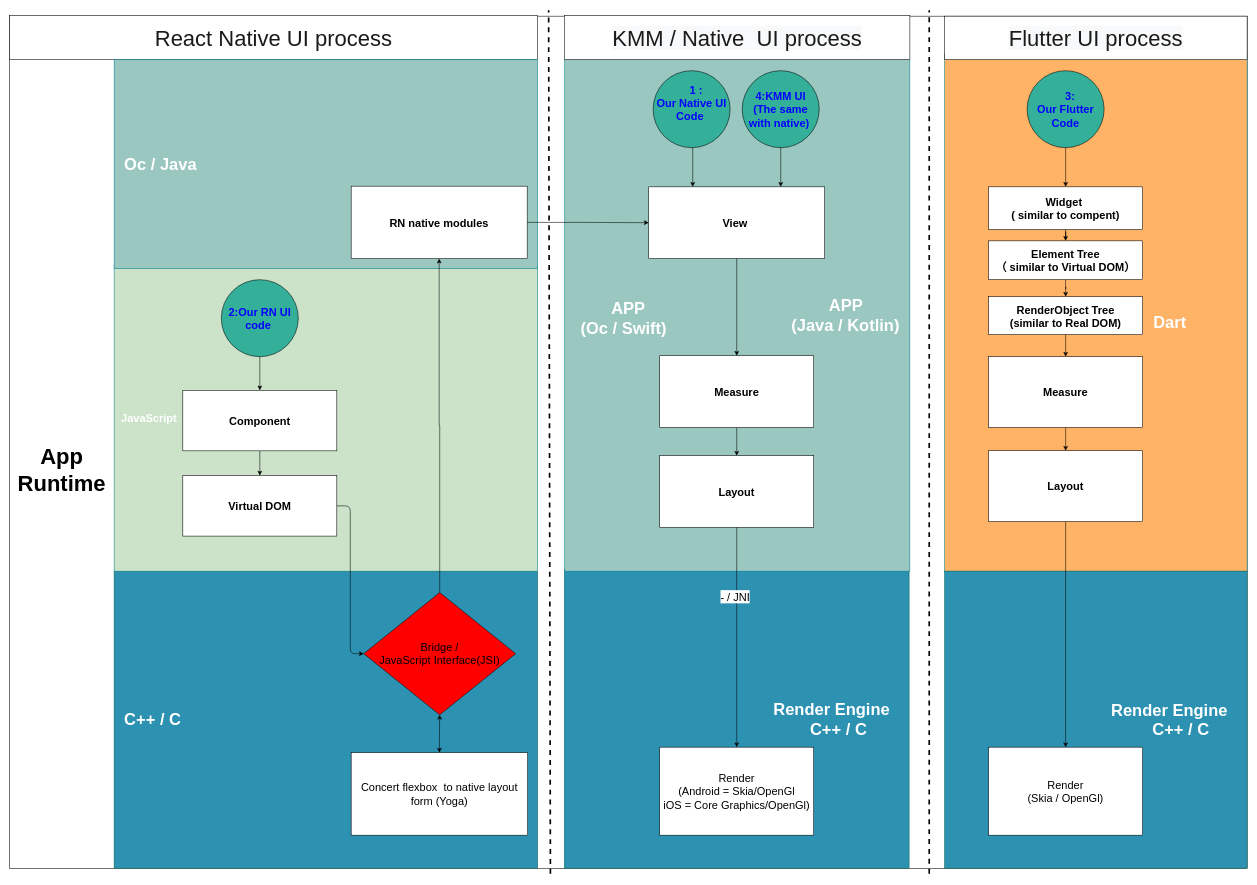
Above: Simple UI progress.drawio in peytonwupeixin/Draw-IO-Store (draw.io), before the change. Source tidied: cells renumbered, new cells numbered last; positions are measured from the earlier drawing's top-left corner, leaving out a move shared by most shapes. Both pictures are drawn from the tidied source at 55%, with x=0, y=0 at pixel (9, 10).
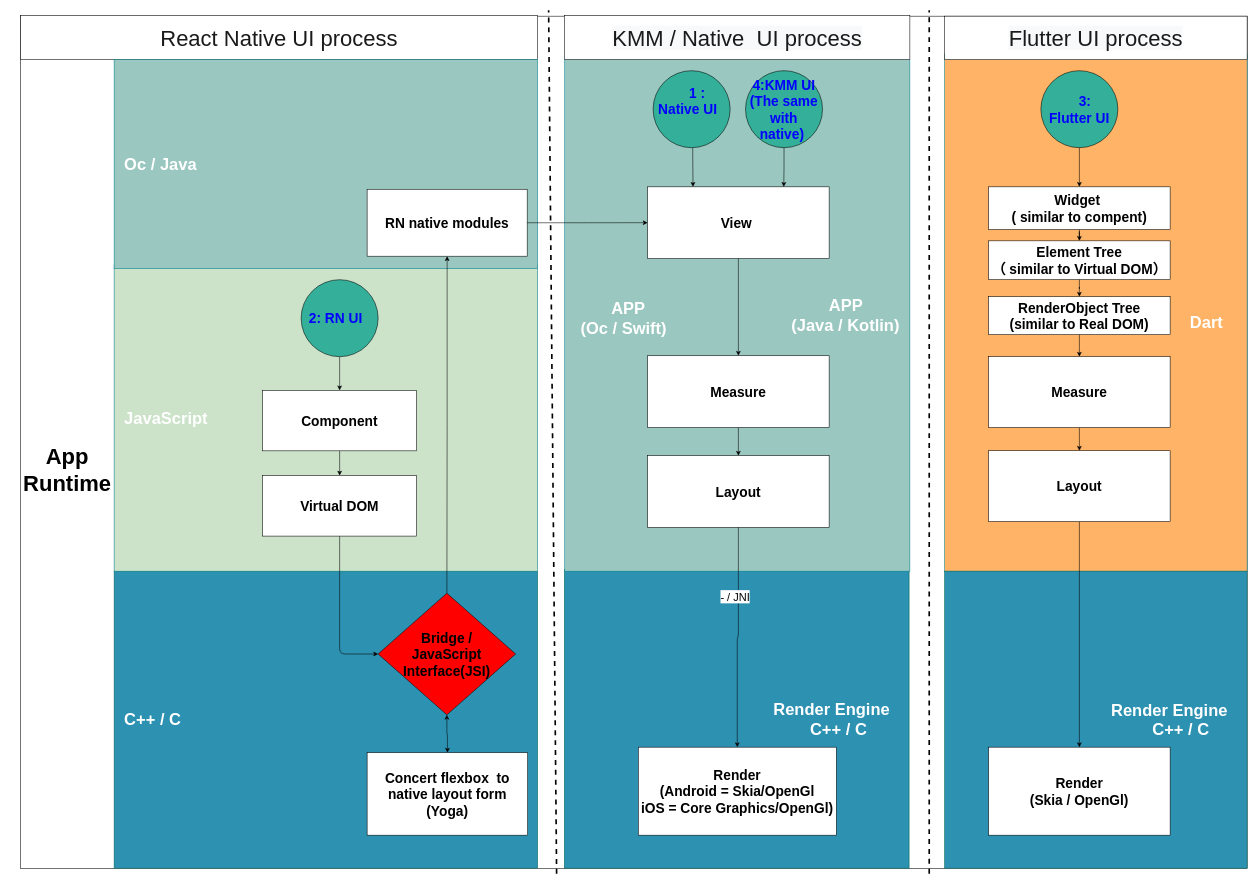
The same page after the edit.

Change to the diagram source:
```diff
@@
     <mxCell id="2" style="whiteSpace=wrap;html=1;fontSize=20;" parent="1" vertex="1">
-      <mxGeometry y="10.9" width="2250" height="1550" as="geometry" />
+      <mxGeometry x="20" y="10.9" width="2230" height="1550" as="geometry" />
     </mxCell>
     <mxCell id="3" value="App&lt;br&gt;Runtime" style="text;html=1;strokeColor=none;fillColor=none;align=center;verticalAlign=middle;whiteSpace=wrap;rounded=0;fontSize=40;fontStyle=1;" parent="1" vertex="1">
-      <mxGeometry x="20" y="739.8" width="150" height="190" as="geometry" />
+      <mxGeometry x="30" y="739.8" width="150" height="190" as="geometry" />
     </mxCell>
-    <mxCell id="4" value="&lt;font color=&quot;#ffffff&quot; style=&quot;font-size: 30px;&quot;&gt;&lt;b style=&quot;font-size: 30px;&quot;&gt;&amp;nbsp; &amp;nbsp; &amp;nbsp;&amp;nbsp;&lt;br style=&quot;font-size: 30px;&quot;&gt;&lt;div style=&quot;font-size: 30px;&quot;&gt;&lt;b style=&quot;font-size: 30px;&quot;&gt;&amp;nbsp; Dart&amp;nbsp; &amp;nbsp; &amp;nbsp; &amp;nbsp;&lt;/b&gt;&lt;b style=&quot;font-size: 30px;&quot;&gt;&amp;nbsp; &amp;nbsp; &amp;nbsp;&amp;nbsp;&lt;/b&gt;&lt;/div&gt;&lt;/b&gt;&lt;/font&gt;" style="whiteSpace=wrap;html=1;rounded=0;sketch=0;strokeColor=#028090;align=right;fillColor=#FFB366;fontSize=30;" parent="1" vertex="1">
+    <mxCell id="4" value="&lt;font color=&quot;#ffffff&quot; style=&quot;font-size: 30px&quot;&gt;&lt;b style=&quot;font-size: 30px&quot;&gt;&amp;nbsp; &amp;nbsp; &amp;nbsp;&amp;nbsp;&lt;br style=&quot;font-size: 30px&quot;&gt;&lt;div style=&quot;font-size: 30px&quot;&gt;&lt;b style=&quot;font-size: 30px&quot;&gt;&amp;nbsp; Dart&amp;nbsp;&lt;/b&gt;&lt;b style=&quot;font-size: 30px&quot;&gt;&amp;nbsp; &amp;nbsp;&amp;nbsp;&lt;/b&gt;&lt;/div&gt;&lt;/b&gt;&lt;/font&gt;" style="whiteSpace=wrap;html=1;rounded=0;sketch=0;strokeColor=#028090;align=right;fillColor=#FFB366;fontSize=30;" parent="1" vertex="1">
       <mxGeometry x="1700" y="80" width="550" height="940" as="geometry" />
     </mxCell>
@@
-    <mxCell id="7" value="&lt;font color=&quot;#0000ff&quot; style=&quot;font-size: 20px;&quot;&gt;&amp;nbsp; &amp;nbsp;3&lt;span style=&quot;font-size: 20px;&quot;&gt;:&lt;br style=&quot;font-size: 20px;&quot;&gt;Our&amp;nbsp;&lt;/span&gt;Flutter Code&lt;br style=&quot;font-size: 20px;&quot;&gt;&lt;/font&gt;" style="ellipse;whiteSpace=wrap;html=1;rounded=0;sketch=0;strokeColor=#000000;fontSize=20;fontColor=#000000;fontStyle=1;fillColor=#34B09A;" parent="1" vertex="1">
-      <mxGeometry x="1850" y="110" width="140" height="140" as="geometry" />
+    <mxCell id="7" value="&lt;font color=&quot;#0000ff&quot; style=&quot;font-size: 25px&quot;&gt;&amp;nbsp; &amp;nbsp;3&lt;span style=&quot;font-size: 25px&quot;&gt;:&lt;br style=&quot;font-size: 25px&quot;&gt;&lt;/span&gt;Flutter UI&lt;br style=&quot;font-size: 25px&quot;&gt;&lt;/font&gt;" style="ellipse;whiteSpace=wrap;html=1;rounded=0;sketch=0;strokeColor=#000000;fontSize=25;fontColor=#000000;fontStyle=1;fillColor=#34B09A;" parent="1" vertex="1">
+      <mxGeometry x="1875" y="110" width="140" height="140" as="geometry" />
     </mxCell>
-    <mxCell id="8" value="&lt;span style=&quot;font-size: 20px&quot;&gt;Widget&amp;nbsp;&lt;/span&gt;&lt;br style=&quot;font-size: 20px&quot;&gt;&lt;span style=&quot;font-size: 20px&quot;&gt;( similar to&lt;/span&gt;&lt;span style=&quot;font-size: 20px&quot;&gt;&amp;nbsp;compent)&lt;/span&gt;" style="whiteSpace=wrap;html=1;rounded=0;sketch=0;fontSize=20;fontColor=#000000;fillColor=#FFFFFF;fontStyle=1;" parent="1" vertex="1">
-      <mxGeometry x="1780" y="321.2" width="280" height="77.6" as="geometry" />
+    <mxCell id="8" value="&lt;span style=&quot;font-size: 25px;&quot;&gt;Widget&amp;nbsp;&lt;/span&gt;&lt;br style=&quot;font-size: 25px;&quot;&gt;&lt;span style=&quot;font-size: 25px;&quot;&gt;( similar to&lt;/span&gt;&lt;span style=&quot;font-size: 25px;&quot;&gt;&amp;nbsp;compent)&lt;/span&gt;" style="whiteSpace=wrap;html=1;rounded=0;sketch=0;fontSize=25;fontColor=#000000;fillColor=#FFFFFF;fontStyle=1;" parent="1" vertex="1">
+      <mxGeometry x="1780" y="321.2" width="330" height="77.6" as="geometry" />
     </mxCell>
@@
-    <mxCell id="10" value="Render&lt;br style=&quot;font-size: 20px;&quot;&gt;(Skia / OpenGl)" style="whiteSpace=wrap;html=1;rounded=0;sketch=0;fontSize=20;fontColor=#000000;fillColor=#FFFFFF;" parent="1" vertex="1">
-      <mxGeometry x="1780" y="1340" width="280" height="160" as="geometry" />
+    <mxCell id="10" value="Render&lt;br style=&quot;font-size: 25px;&quot;&gt;(Skia / OpenGl)" style="whiteSpace=wrap;html=1;rounded=0;sketch=0;fontSize=25;fontColor=#000000;fillColor=#FFFFFF;fontStyle=1;" parent="1" vertex="1">
+      <mxGeometry x="1780" y="1340" width="330" height="160" as="geometry" />
     </mxCell>
@@
-    <mxCell id="12" value="Element Tree&lt;br style=&quot;font-size: 20px;&quot;&gt;（ similar to Virtual DOM）" style="whiteSpace=wrap;html=1;rounded=0;sketch=0;fontSize=20;fontColor=#000000;fillColor=#FFFFFF;fontStyle=1;" parent="1" vertex="1">
-      <mxGeometry x="1780" y="419.4" width="280" height="70.6" as="geometry" />
+    <mxCell id="12" value="Element Tree&lt;br style=&quot;font-size: 25px;&quot;&gt;（ similar to Virtual DOM）" style="whiteSpace=wrap;html=1;rounded=0;sketch=0;fontSize=25;fontColor=#000000;fillColor=#FFFFFF;fontStyle=1;" parent="1" vertex="1">
+      <mxGeometry x="1780" y="419.4" width="330" height="70.6" as="geometry" />
     </mxCell>
-    <mxCell id="13" value="RenderObject Tree&lt;br style=&quot;font-size: 20px&quot;&gt;(similar to Real DOM)" style="whiteSpace=wrap;html=1;rounded=0;sketch=0;fontSize=20;fontColor=#000000;fillColor=#FFFFFF;fontStyle=1;" parent="1" vertex="1">
-      <mxGeometry x="1780" y="521" width="280" height="69" as="geometry" />
+    <mxCell id="13" value="RenderObject Tree&lt;br style=&quot;font-size: 25px;&quot;&gt;(similar to Real DOM)" style="whiteSpace=wrap;html=1;rounded=0;sketch=0;fontSize=25;fontColor=#000000;fillColor=#FFFFFF;fontStyle=1;" parent="1" vertex="1">
+      <mxGeometry x="1780" y="521" width="330" height="69" as="geometry" />
     </mxCell>
@@
-    <mxCell id="16" value="Layout" style="whiteSpace=wrap;html=1;rounded=0;sketch=0;fontSize=20;fontColor=#000000;fillColor=#FFFFFF;fontStyle=1;" parent="1" vertex="1">
-      <mxGeometry x="1780" y="801" width="280" height="128.7" as="geometry" />
+    <mxCell id="16" value="Layout" style="whiteSpace=wrap;html=1;rounded=0;sketch=0;fontSize=25;fontColor=#000000;fillColor=#FFFFFF;fontStyle=1;" parent="1" vertex="1">
+      <mxGeometry x="1780" y="801" width="330" height="128.8" as="geometry" />
     </mxCell>
@@
-    <mxCell id="18" value="Measure" style="whiteSpace=wrap;html=1;rounded=0;sketch=0;fontSize=20;fontColor=#000000;fillColor=#FFFFFF;fontStyle=1;" parent="1" vertex="1">
-      <mxGeometry x="1780" y="630" width="280" height="128.7" as="geometry" />
+    <mxCell id="18" value="Measure" style="whiteSpace=wrap;html=1;rounded=0;sketch=0;fontSize=25;fontColor=#000000;fillColor=#FFFFFF;fontStyle=1;" parent="1" vertex="1">
+      <mxGeometry x="1780" y="630" width="330" height="128.8" as="geometry" />
     </mxCell>
@@
     <mxCell id="21" value="&lt;span style=&quot;color: rgb(26, 26, 26); font-size: 40px;&quot;&gt;React Native UI process&lt;/span&gt;" style="whiteSpace=wrap;html=1;rounded=0;sketch=0;fontSize=40;fontColor=#FFFFFF;fillColor=#FFFFFF;" parent="1" vertex="1">
-      <mxGeometry y="10" width="960" height="80" as="geometry" />
+      <mxGeometry x="20" y="10" width="940" height="80" as="geometry" />
     </mxCell>
-    <mxCell id="22" value="&lt;font color=&quot;#ffffff&quot; style=&quot;font-size: 20px&quot;&gt;&lt;b&gt;&amp;nbsp; &amp;nbsp; &amp;nbsp;&amp;nbsp;&lt;br&gt;&lt;div&gt;&lt;b&gt;&amp;nbsp; JavaScript&lt;/b&gt;&lt;/div&gt;&lt;div&gt;&lt;b&gt;&amp;nbsp;&lt;/b&gt;&lt;/div&gt;&lt;/b&gt;&lt;/font&gt;" style="whiteSpace=wrap;html=1;rounded=0;sketch=0;strokeColor=#028090;fillColor=#CCE3CA;align=left;" parent="1" vertex="1">
+    <mxCell id="22" value="&lt;font color=&quot;#ffffff&quot; style=&quot;font-size: 30px;&quot;&gt;&lt;b style=&quot;font-size: 30px;&quot;&gt;&amp;nbsp; &amp;nbsp; &amp;nbsp;&amp;nbsp;&lt;br style=&quot;font-size: 30px;&quot;&gt;&lt;div style=&quot;font-size: 30px;&quot;&gt;&lt;b style=&quot;font-size: 30px;&quot;&gt;&amp;nbsp; JavaScript&lt;/b&gt;&lt;/div&gt;&lt;div style=&quot;font-size: 30px;&quot;&gt;&lt;b style=&quot;font-size: 30px;&quot;&gt;&amp;nbsp;&lt;/b&gt;&lt;/div&gt;&lt;/b&gt;&lt;/font&gt;" style="whiteSpace=wrap;html=1;rounded=0;sketch=0;strokeColor=#028090;fillColor=#CCE3CA;align=left;fontSize=30;" parent="1" vertex="1">
       <mxGeometry x="190" y="463.4" width="770" height="556.6" as="geometry" />
     </mxCell>
@@
-    <mxCell id="24" value="Component" style="whiteSpace=wrap;html=1;rounded=0;sketch=0;fontSize=20;fontColor=#000000;fillColor=#FFFFFF;fontStyle=1;" parent="1" vertex="1">
-      <mxGeometry x="314.9" y="691.2" width="280" height="110" as="geometry" />
+    <mxCell id="24" value="Component" style="whiteSpace=wrap;html=1;rounded=0;sketch=0;fontSize=25;fontColor=#000000;fillColor=#FFFFFF;fontStyle=1;" parent="1" vertex="1">
+      <mxGeometry x="460" y="691.2" width="280" height="110" as="geometry" />
     </mxCell>
@@
-    <mxCell id="27" value="&lt;font color=&quot;#0000ff&quot; style=&quot;font-size: 20px;&quot;&gt;2:Our RN UI code&amp;nbsp;&lt;/font&gt;" style="ellipse;whiteSpace=wrap;html=1;rounded=0;sketch=0;strokeColor=#000000;fontSize=20;fontColor=#000000;fontStyle=1;fillColor=#34B09A;" parent="1" vertex="1">
-      <mxGeometry x="384.9" y="490" width="140" height="140" as="geometry" />
+    <mxCell id="27" value="&lt;font color=&quot;#0000ff&quot; style=&quot;font-size: 25px&quot;&gt;2: RN UI&amp;nbsp;&amp;nbsp;&lt;/font&gt;" style="ellipse;whiteSpace=wrap;html=1;rounded=0;sketch=0;strokeColor=#000000;fontSize=25;fontColor=#000000;fontStyle=1;fillColor=#34B09A;" parent="1" vertex="1">
+      <mxGeometry x="530" y="490" width="140" height="140" as="geometry" />
     </mxCell>
@@
-    <mxCell id="29" value="RN native modules" style="whiteSpace=wrap;html=1;rounded=0;sketch=0;fontSize=20;fontColor=#000000;fillColor=#FFFFFF;fontStyle=1;" parent="1" vertex="1">
-      <mxGeometry x="621" y="320" width="320" height="131.7" as="geometry" />
+    <mxCell id="29" value="RN native modules" style="whiteSpace=wrap;html=1;rounded=0;sketch=0;fontSize=25;fontColor=#000000;fillColor=#FFFFFF;fontStyle=1;" parent="1" vertex="1">
+      <mxGeometry x="650" y="325.6" width="291" height="121.7" as="geometry" />
     </mxCell>
-    <mxCell id="30" value="Concert flexbox&amp;nbsp; to native layout form (Yoga)" style="whiteSpace=wrap;html=1;rounded=0;sketch=0;fontSize=20;fontColor=#000000;fillColor=#FFFFFF;" parent="1" vertex="1">
-      <mxGeometry x="621" y="1350" width="320.9" height="150" as="geometry" />
+    <mxCell id="30" value="Concert flexbox&amp;nbsp; to native layout form (Yoga)" style="whiteSpace=wrap;html=1;rounded=0;sketch=0;fontSize=25;fontColor=#000000;fillColor=#FFFFFF;fontStyle=1;" parent="1" vertex="1">
+      <mxGeometry x="650" y="1350" width="291.9" height="150" as="geometry" />
     </mxCell>
-    <mxCell id="31" style="edgeStyle=orthogonalEdgeStyle;curved=0;rounded=1;sketch=0;jettySize=auto;html=1;startArrow=none;startFill=0;strokeColor=#000000;fillColor=#F45B69;fontSize=10;fontColor=#000000;exitX=1;exitY=0.5;exitDx=0;exitDy=0;entryX=0;entryY=0.5;entryDx=0;entryDy=0;" parent="1" edge="1" source="50" target="32">
+    <mxCell id="31" style="edgeStyle=orthogonalEdgeStyle;curved=0;rounded=1;sketch=0;jettySize=auto;html=1;startArrow=none;startFill=0;strokeColor=#000000;fillColor=#F45B69;fontSize=10;fontColor=#000000;entryX=0;entryY=0.5;entryDx=0;entryDy=0;" parent="1" edge="1" source="50" target="32">
       <mxGeometry x="-140" y="-4.4" as="geometry" />
     </mxCell>
-    <mxCell id="32" value="Bridge / &lt;br style=&quot;font-size: 20px;&quot;&gt;JavaScript Interface(JSI)" style="rhombus;whiteSpace=wrap;html=1;rounded=0;sketch=0;strokeColor=#000000;fontSize=20;fontColor=#000000;fillColor=#FF0000;" parent="1" vertex="1">
-      <mxGeometry x="643.9" y="1058.9" width="276.1" height="222.3" as="geometry" />
+    <mxCell id="32" value="Bridge / &lt;br style=&quot;font-size: 25px;&quot;&gt;JavaScript Interface(JSI)" style="rhombus;whiteSpace=wrap;html=1;rounded=0;sketch=0;strokeColor=#000000;fontSize=25;fontColor=#000000;fillColor=#FF0000;fontStyle=1;" parent="1" vertex="1">
+      <mxGeometry x="670" y="1060" width="250" height="221.2" as="geometry" />
     </mxCell>
@@
-    <mxCell id="38" value="Render&lt;br style=&quot;font-size: 20px;&quot;&gt;(Android = Skia/OpenGl&lt;br style=&quot;font-size: 20px;&quot;&gt;iOS = Core Graphics/OpenGl)" style="whiteSpace=wrap;html=1;rounded=0;sketch=0;fontSize=20;fontColor=#000000;fillColor=#FFFFFF;" parent="1" vertex="1">
-      <mxGeometry x="1182" y="1340" width="280" height="160" as="geometry" />
+    <mxCell id="38" value="Render&lt;br style=&quot;font-size: 25px;&quot;&gt;(Android = Skia/OpenGl&lt;br style=&quot;font-size: 25px;&quot;&gt;iOS = Core Graphics/OpenGl)" style="whiteSpace=wrap;html=1;rounded=0;sketch=0;fontSize=25;fontColor=#000000;fillColor=#FFFFFF;fontStyle=1;" parent="1" vertex="1">
+      <mxGeometry x="1143" y="1340" width="360" height="160" as="geometry" />
     </mxCell>
-    <mxCell id="39" value="Layout" style="whiteSpace=wrap;html=1;rounded=0;sketch=0;fontSize=20;fontColor=#000000;fillColor=#FFFFFF;fontStyle=1;" parent="1" vertex="1">
-      <mxGeometry x="1182" y="810" width="280" height="130.4" as="geometry" />
+    <mxCell id="39" value="Layout" style="whiteSpace=wrap;html=1;rounded=0;sketch=0;fontSize=25;fontColor=#000000;fillColor=#FFFFFF;fontStyle=1;" parent="1" vertex="1">
+      <mxGeometry x="1160" y="810" width="330" height="130.4" as="geometry" />
     </mxCell>
@@
-    <mxCell id="41" value="Measure" style="whiteSpace=wrap;html=1;rounded=0;sketch=0;fontSize=20;fontColor=#000000;fillColor=#FFFFFF;fontStyle=1;" parent="1" vertex="1">
-      <mxGeometry x="1182" y="628.3" width="280" height="130.4" as="geometry" />
+    <mxCell id="41" value="Measure" style="whiteSpace=wrap;html=1;rounded=0;sketch=0;fontSize=25;fontColor=#000000;fillColor=#FFFFFF;fontStyle=1;" parent="1" vertex="1">
+      <mxGeometry x="1160" y="628.3" width="330" height="130.4" as="geometry" />
     </mxCell>
-    <mxCell id="42" value="View&amp;nbsp;" style="whiteSpace=wrap;html=1;rounded=0;sketch=0;fontSize=20;fontColor=#000000;fillColor=#FFFFFF;fontStyle=1;" parent="1" vertex="1">
-      <mxGeometry x="1162" y="321.2" width="320" height="130.4" as="geometry" />
+    <mxCell id="42" value="View&amp;nbsp;" style="whiteSpace=wrap;html=1;rounded=0;sketch=0;fontSize=25;fontColor=#000000;fillColor=#FFFFFF;fontStyle=1;" parent="1" vertex="1">
+      <mxGeometry x="1160" y="321.2" width="330" height="130.4" as="geometry" />
     </mxCell>
-    <mxCell id="43" style="edgeStyle=orthogonalEdgeStyle;curved=0;rounded=1;sketch=0;jettySize=auto;html=1;entryX=0.5;entryY=0;entryDx=0;entryDy=0;fillColor=#F45B69;fontSize=10;" parent="1" edge="1" source="39" target="38">
+    <mxCell id="43" style="edgeStyle=orthogonalEdgeStyle;curved=0;rounded=1;sketch=0;jettySize=auto;html=1;entryX=0.5;entryY=0;entryDx=0;entryDy=0;fillColor=#F45B69;fontSize=25;fontStyle=1;" parent="1" edge="1" source="39" target="38">
       <mxGeometry x="999.5" y="-169.3" as="geometry" />
     </mxCell>
@@
-    <mxCell id="48" value="&lt;font color=&quot;#0000ff&quot; style=&quot;font-size: 20px;&quot;&gt;&amp;nbsp; &amp;nbsp;1&lt;span style=&quot;font-size: 20px;&quot;&gt;&amp;nbsp;:&lt;br style=&quot;font-size: 20px;&quot;&gt;Our&amp;nbsp;&lt;/span&gt;Native UI Code&amp;nbsp;&lt;br style=&quot;font-size: 20px;&quot;&gt;&lt;br style=&quot;font-size: 20px;&quot;&gt;&lt;/font&gt;" style="ellipse;whiteSpace=wrap;html=1;rounded=0;sketch=0;strokeColor=#000000;fontSize=20;fontColor=#000000;fontStyle=1;fillColor=#34B09A;" parent="1" vertex="1">
+    <mxCell id="48" value="&lt;font color=&quot;#0000ff&quot; style=&quot;font-size: 25px&quot;&gt;&amp;nbsp; &amp;nbsp;1&lt;span style=&quot;font-size: 25px&quot;&gt;&amp;nbsp;:&lt;br style=&quot;font-size: 25px&quot;&gt;&lt;/span&gt;Native UI&amp;nbsp;&amp;nbsp;&lt;br style=&quot;font-size: 25px&quot;&gt;&lt;br style=&quot;font-size: 25px&quot;&gt;&lt;/font&gt;" style="ellipse;whiteSpace=wrap;html=1;rounded=0;sketch=0;strokeColor=#000000;fontSize=25;fontColor=#000000;fontStyle=1;fillColor=#34B09A;" parent="1" vertex="1">
       <mxGeometry x="1170" y="110" width="140" height="140" as="geometry" />
     </mxCell>
@@
-    <mxCell id="50" value="Virtual DOM" style="whiteSpace=wrap;html=1;rounded=0;sketch=0;fontSize=20;fontColor=#000000;fillColor=#FFFFFF;fontStyle=1;" parent="1" vertex="1">
-      <mxGeometry x="314.9" y="846.2" width="280" height="110" as="geometry" />
+    <mxCell id="50" value="Virtual DOM" style="whiteSpace=wrap;html=1;rounded=0;sketch=0;fontSize=25;fontColor=#000000;fillColor=#FFFFFF;fontStyle=1;" parent="1" vertex="1">
+      <mxGeometry x="460" y="846.2" width="280" height="110" as="geometry" />
     </mxCell>
@@
-    <mxCell id="52" style="edgeStyle=orthogonalEdgeStyle;rounded=0;jettySize=auto;html=1;entryX=0.75;entryY=0;entryDx=0;entryDy=0;fontSize=15;startArrow=none;startFill=0;endArrow=classic;endFill=1;" parent="1" edge="1" source="53" target="42">
+    <mxCell id="52" style="edgeStyle=orthogonalEdgeStyle;rounded=0;jettySize=auto;html=1;entryX=0.75;entryY=0;entryDx=0;entryDy=0;fontSize=25;startArrow=none;startFill=0;endArrow=classic;endFill=1;" parent="1" edge="1" source="53" target="42">
       <mxGeometry relative="1" as="geometry" />
     </mxCell>
-    <mxCell id="53" value="&lt;font color=&quot;#0000ff&quot; style=&quot;font-size: 20px;&quot;&gt;4:KMM UI (The same with native)&amp;nbsp;&lt;br style=&quot;font-size: 20px;&quot;&gt;&lt;/font&gt;" style="ellipse;whiteSpace=wrap;html=1;rounded=0;sketch=0;strokeColor=#000000;fontSize=20;fontColor=#000000;fontStyle=1;fillColor=#34B09A;" parent="1" vertex="1">
-      <mxGeometry x="1332" y="110" width="140" height="140" as="geometry" />
+    <mxCell id="53" value="&lt;font color=&quot;#0000ff&quot; style=&quot;font-size: 25px;&quot;&gt;4:KMM UI (The same with native)&amp;nbsp;&lt;br style=&quot;font-size: 25px;&quot;&gt;&lt;/font&gt;" style="ellipse;whiteSpace=wrap;html=1;rounded=0;sketch=0;strokeColor=#000000;fontSize=25;fontColor=#000000;fontStyle=1;fillColor=#34B09A;" parent="1" vertex="1">
+      <mxGeometry x="1338" y="110" width="140" height="140" as="geometry" />
     </mxCell>
```
